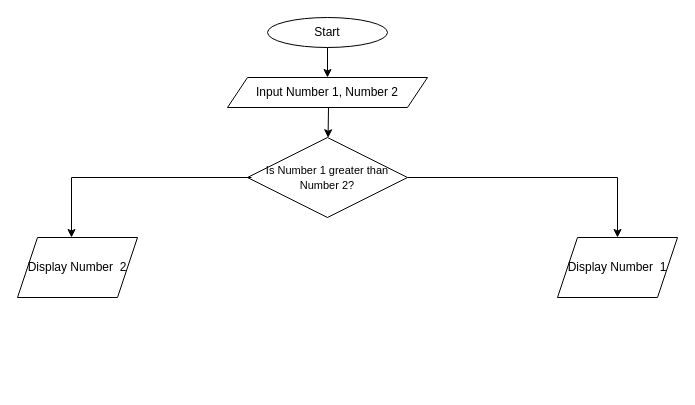
Before: assets/Untitled Diagram.drawio in Benard-Tech/Project2, a draw.io diagram. Source tidied: cells renumbered, new cells numbered last; positions are measured from the earlier drawing's top-left corner, leaving out a move shared by most shapes. Both pictures are drawn from the tidied source at 100%, with x=0, y=0 at pixel (17, 17).
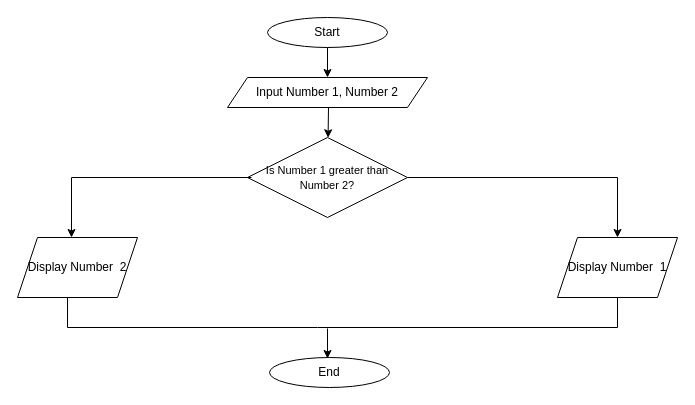
Above is the later version.

Unchanged cells that the change refers to:
```xml
<mxCell id="2" value="Start" style="ellipse;whiteSpace=wrap;html=1;" parent="1" vertex="1">
  <mxGeometry x="250" width="120" height="30" as="geometry" />
</mxCell>
<mxCell id="4" value="Input Number 1, Number 2" style="shape=parallelogram;perimeter=parallelogramPerimeter;whiteSpace=wrap;html=1;fixedSize=1;" parent="1" vertex="1">
  <mxGeometry x="210" y="60" width="200" height="30" as="geometry" />
</mxCell>
<mxCell id="8" value="Display Number&amp;nbsp; 1" style="shape=parallelogram;perimeter=parallelogramPerimeter;whiteSpace=wrap;html=1;fixedSize=1;" parent="1" vertex="1">
  <mxGeometry x="540" y="220" width="120" height="60" as="geometry" />
</mxCell>
<mxCell id="10" value="Display Number&amp;nbsp; 2" style="shape=parallelogram;perimeter=parallelogramPerimeter;whiteSpace=wrap;html=1;fixedSize=1;" parent="1" vertex="1">
  <mxGeometry y="220" width="120" height="60" as="geometry" />
</mxCell>
```

What changed in the source:
```diff
@@
-    <mxCell id="3" style="endArrow=classic;html=1;rounded=0;exitX=0.5;exitY=1;exitDx=0;exitDy=0;" parent="1" edge="1" source="2" target="4">
-      <mxGeometry relative="1" as="geometry" />
+    <mxCell id="3" style="endArrow=classic;html=1;rounded=0;exitX=0.5;exitY=1;exitDx=0;exitDy=0;" parent="1" edge="1">
+      <mxGeometry relative="1" as="geometry">
+        <mxPoint x="310" y="311" as="sourcePoint" />
+        <mxPoint x="310" y="341" as="targetPoint" />
+      </mxGeometry>
     </mxCell>
@@
+    <mxCell id="11" style="endArrow=none;html=1;rounded=0;fontSize=11;entryX=0.5;entryY=1;entryDx=0;entryDy=0;exitX=0.417;exitY=1;exitDx=0;exitDy=0;exitPerimeter=0;" parent="1" edge="1" source="10" target="8">
+      <mxGeometry relative="1" as="geometry">
+        <Array as="points">
+          <mxPoint x="50" y="310" />
+          <mxPoint x="300" y="310" />
+          <mxPoint x="600" y="310" />
+        </Array>
+      </mxGeometry>
+    </mxCell>
+    <mxCell id="12" value="End" style="ellipse;whiteSpace=wrap;html=1;" parent="1" vertex="1">
+      <mxGeometry x="252" y="340" width="120" height="30" as="geometry" />
+    </mxCell>
+    <mxCell id="13" style="endArrow=classic;html=1;rounded=0;fontSize=11;exitX=0.5;exitY=1;exitDx=0;exitDy=0;entryX=0.5;entryY=0;entryDx=0;entryDy=0;" parent="1" edge="1" source="2" target="4">
+      <mxGeometry relative="1" as="geometry" />
+    </mxCell>
```
